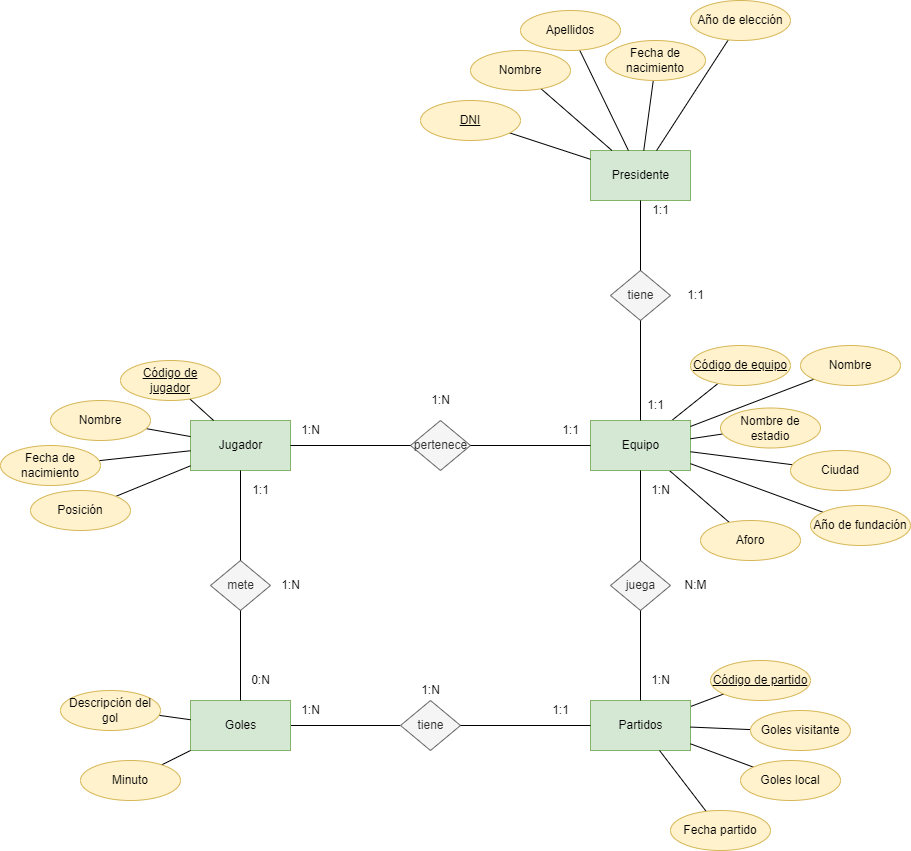
Before: tareas/unidad-3/tarea-4/imágenes/tarea4.drawio.png, a diagram exported from draw.io (ManuelsDAM/base-datos). Source tidied: cells renumbered, new cells last; positions are measured from the earlier drawing's top-left corner, leaving out a move shared by most shapes.
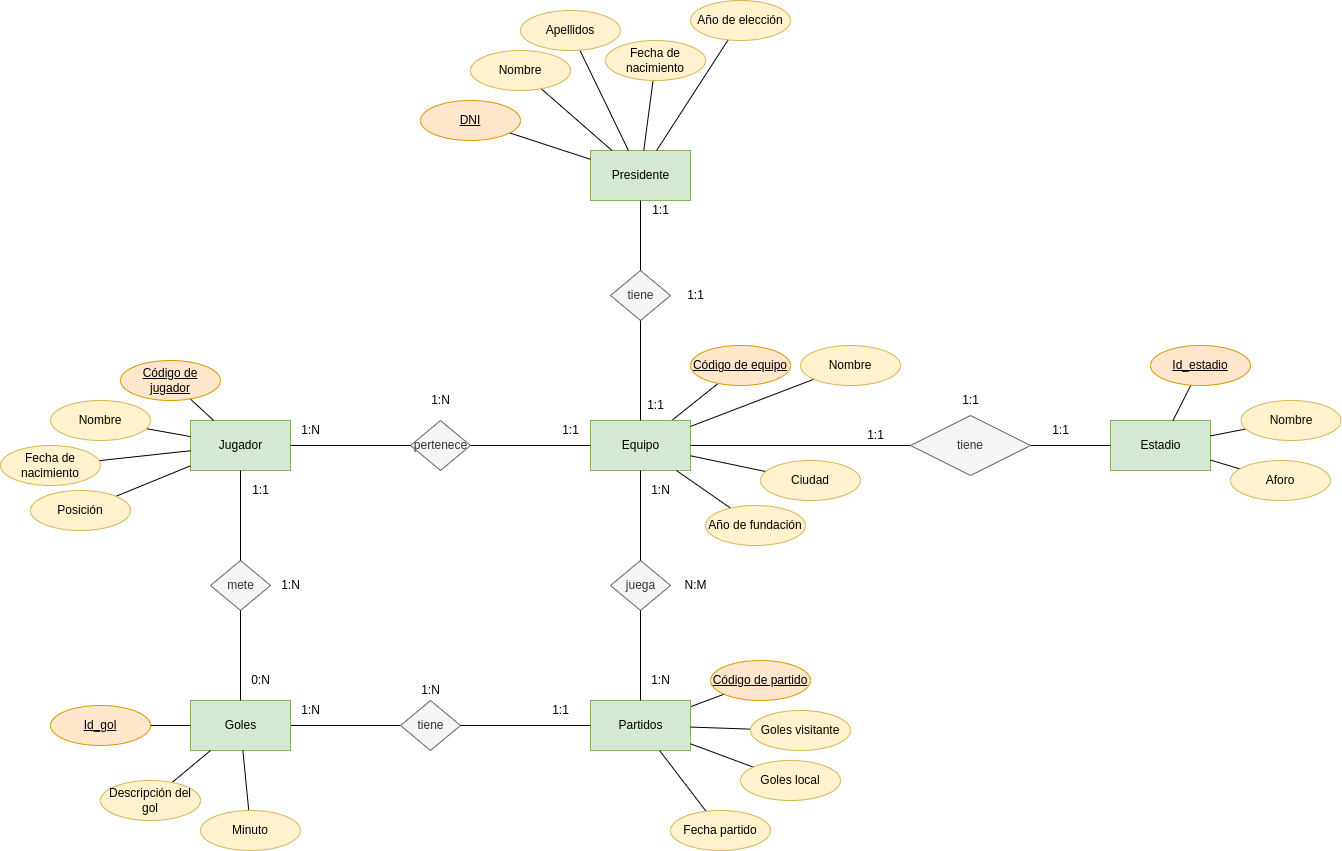
After the commit.

Commit message:
Adaptados los colores de tarea 4

Diff of the diagram source:
```diff
@@ -5,9 +5,6 @@
     <mxCell id="2" style="edgeStyle=none;html=1;endArrow=none;endFill=0;" parent="1" edge="1" source="4" target="22">
       <mxGeometry relative="1" as="geometry" />
     </mxCell>
-    <mxCell id="3" style="edgeStyle=none;html=1;endArrow=none;endFill=0;" parent="1" edge="1" source="4" target="23">
-      <mxGeometry relative="1" as="geometry" />
-    </mxCell>
     <mxCell id="4" value="Equipo" style="html=1;dashed=0;whitespace=wrap;fillColor=#d5e8d4;strokeColor=#82b366;" parent="1" vertex="1">
       <mxGeometry x="590" y="420" width="100" height="50" as="geometry" />
     </mxCell>
@@ -17,7 +14,7 @@
     <mxCell id="6" style="edgeStyle=none;html=1;endArrow=none;endFill=0;" parent="1" edge="1" source="7" target="5">
       <mxGeometry relative="1" as="geometry" />
     </mxCell>
-    <mxCell id="7" value="Código de jugador" style="ellipse;whiteSpace=wrap;html=1;align=center;fontStyle=4;fillColor=#fff2cc;strokeColor=#d6b656;" parent="1" vertex="1">
+    <mxCell id="7" value="Código de jugador" style="ellipse;whiteSpace=wrap;html=1;align=center;fontStyle=4;fillColor=#ffe6cc;strokeColor=#d79b00;" parent="1" vertex="1">
       <mxGeometry x="120" y="360" width="100" height="40" as="geometry" />
     </mxCell>
     <mxCell id="8" style="edgeStyle=none;html=1;endArrow=none;endFill=0;" parent="1" edge="1" source="9" target="5">
@@ -44,30 +41,24 @@
     <mxCell id="15" value="Nombre" style="ellipse;whiteSpace=wrap;html=1;align=center;fillColor=#fff2cc;strokeColor=#d6b656;" parent="1" vertex="1">
       <mxGeometry x="800" y="345" width="100" height="40" as="geometry" />
     </mxCell>
-    <mxCell id="16" style="edgeStyle=none;html=1;endArrow=none;endFill=0;" parent="1" edge="1" source="17" target="4">
+    <mxCell id="16" style="edgeStyle=none;html=1;endArrow=none;endFill=0;" parent="1" edge="1" source="97" target="4">
       <mxGeometry relative="1" as="geometry" />
     </mxCell>
-    <mxCell id="17" value="Nombre de estadio" style="ellipse;whiteSpace=wrap;html=1;align=center;fillColor=#fff2cc;strokeColor=#d6b656;" parent="1" vertex="1">
-      <mxGeometry x="720" y="407.5" width="100" height="40" as="geometry" />
-    </mxCell>
     <mxCell id="18" style="edgeStyle=none;html=1;endArrow=none;endFill=0;" parent="1" edge="1" source="19" target="4">
       <mxGeometry relative="1" as="geometry" />
     </mxCell>
     <mxCell id="19" value="Ciudad" style="ellipse;whiteSpace=wrap;html=1;align=center;fillColor=#fff2cc;strokeColor=#d6b656;" parent="1" vertex="1">
-      <mxGeometry x="790" y="450" width="100" height="40" as="geometry" />
+      <mxGeometry x="760" y="460" width="100" height="40" as="geometry" />
     </mxCell>
     <mxCell id="20" style="edgeStyle=none;html=1;endArrow=none;endFill=0;" parent="1" edge="1" source="21" target="4">
       <mxGeometry relative="1" as="geometry" />
     </mxCell>
     <mxCell id="21" value="Año de fundación" style="ellipse;whiteSpace=wrap;html=1;align=center;fillColor=#fff2cc;strokeColor=#d6b656;" parent="1" vertex="1">
-      <mxGeometry x="810" y="505" width="100" height="40" as="geometry" />
+      <mxGeometry x="705" y="505" width="100" height="40" as="geometry" />
     </mxCell>
-    <mxCell id="22" value="Código de equipo" style="ellipse;whiteSpace=wrap;html=1;align=center;fontStyle=4;fillColor=#fff2cc;strokeColor=#d6b656;" parent="1" vertex="1">
+    <mxCell id="22" value="Código de equipo" style="ellipse;whiteSpace=wrap;html=1;align=center;fontStyle=4;fillColor=#ffe6cc;strokeColor=#d79b00;" parent="1" vertex="1">
       <mxGeometry x="690" y="345" width="100" height="40" as="geometry" />
     </mxCell>
-    <mxCell id="23" value="Aforo" style="ellipse;whiteSpace=wrap;html=1;align=center;fillColor=#fff2cc;strokeColor=#d6b656;" parent="1" vertex="1">
-      <mxGeometry x="700" y="520" width="100" height="40" as="geometry" />
-    </mxCell>
     <mxCell id="24" style="group;" parent="1" vertex="1">
       <mxGeometry x="550" y="415" width="40" height="30" as="geometry" />
     </mxCell>
@@ -101,7 +92,7 @@
     <mxCell id="34" value="Partidos" style="html=1;dashed=0;whitespace=wrap;fillColor=#d5e8d4;strokeColor=#82b366;" parent="1" vertex="1">
       <mxGeometry x="590" y="700" width="100" height="50" as="geometry" />
     </mxCell>
-    <mxCell id="35" value="Código de partido" style="ellipse;whiteSpace=wrap;html=1;align=center;fontStyle=4;fillColor=#fff2cc;strokeColor=#d6b656;" parent="1" vertex="1">
+    <mxCell id="35" value="Código de partido" style="ellipse;whiteSpace=wrap;html=1;align=center;fontStyle=4;fillColor=#ffe6cc;strokeColor=#d79b00;" parent="1" vertex="1">
       <mxGeometry x="710" y="660" width="100" height="40" as="geometry" />
     </mxCell>
     <mxCell id="36" style="edgeStyle=none;html=1;endArrow=none;endFill=0;" parent="1" edge="1" source="37" target="34">
@@ -132,13 +123,13 @@
       <mxGeometry relative="1" as="geometry" />
     </mxCell>
     <mxCell id="45" value="Minuto" style="ellipse;whiteSpace=wrap;html=1;align=center;fillColor=#fff2cc;strokeColor=#d6b656;" parent="1" vertex="1">
-      <mxGeometry x="80" y="760" width="100" height="40" as="geometry" />
+      <mxGeometry x="200" y="810" width="100" height="40" as="geometry" />
     </mxCell>
     <mxCell id="46" style="edgeStyle=none;html=1;endArrow=none;endFill=0;" parent="1" edge="1" source="47" target="43">
       <mxGeometry relative="1" as="geometry" />
     </mxCell>
     <mxCell id="47" value="Descripción del gol" style="ellipse;whiteSpace=wrap;html=1;align=center;fillColor=#fff2cc;strokeColor=#d6b656;" parent="1" vertex="1">
-      <mxGeometry x="60" y="690" width="100" height="40" as="geometry" />
+      <mxGeometry x="100" y="780" width="100" height="40" as="geometry" />
     </mxCell>
     <mxCell id="48" style="group;" parent="1" vertex="1">
       <mxGeometry x="540" y="695" width="40" height="30" as="geometry" />
@@ -254,7 +245,7 @@
     <mxCell id="85" style="edgeStyle=none;html=1;endArrow=none;endFill=0;" parent="1" edge="1" source="86" target="75">
       <mxGeometry relative="1" as="geometry" />
     </mxCell>
-    <mxCell id="86" value="DNI" style="ellipse;whiteSpace=wrap;html=1;align=center;fontStyle=4;fillColor=#fff2cc;strokeColor=#d6b656;" parent="1" vertex="1">
+    <mxCell id="86" value="DNI" style="ellipse;whiteSpace=wrap;html=1;align=center;fontStyle=4;fillColor=#ffe6cc;strokeColor=#d79b00;" parent="1" vertex="1">
       <mxGeometry x="420" y="100" width="100" height="40" as="geometry" />
     </mxCell>
     <mxCell id="87" style="edgeStyle=none;html=1;endArrow=none;endFill=0;" parent="1" edge="1" source="88" target="75">
@@ -281,5 +272,47 @@
     <mxCell id="94" value="Año de elección" style="ellipse;whiteSpace=wrap;html=1;align=center;fillColor=#fff2cc;strokeColor=#d6b656;" parent="1" vertex="1">
       <mxGeometry x="690" width="100" height="40" as="geometry" />
     </mxCell>
+    <mxCell id="95" value="Estadio" style="html=1;dashed=0;whitespace=wrap;fillColor=#d5e8d4;strokeColor=#82b366;" parent="1" vertex="1">
+      <mxGeometry x="1110" y="420" width="100" height="50" as="geometry" />
+    </mxCell>
+    <mxCell id="96" style="edgeStyle=none;html=1;exitX=1;exitY=0.5;exitDx=0;exitDy=0;endArrow=none;endFill=0;" parent="1" edge="1" source="97" target="95">
+      <mxGeometry relative="1" as="geometry" />
+    </mxCell>
+    <mxCell id="97" value="tiene" style="shape=rhombus;perimeter=rhombusPerimeter;whiteSpace=wrap;html=1;align=center;fillColor=#f5f5f5;fontColor=#333333;strokeColor=#666666;" parent="1" vertex="1">
+      <mxGeometry x="910" y="415" width="120" height="60" as="geometry" />
+    </mxCell>
+    <mxCell id="98" style="edgeStyle=none;html=1;endArrow=none;endFill=0;" parent="1" edge="1" source="99" target="95">
+      <mxGeometry relative="1" as="geometry" />
+    </mxCell>
+    <mxCell id="99" value="Id_estadio" style="ellipse;whiteSpace=wrap;html=1;align=center;fontStyle=4;fillColor=#ffe6cc;strokeColor=#d79b00;" parent="1" vertex="1">
+      <mxGeometry x="1150" y="345" width="100" height="40" as="geometry" />
+    </mxCell>
+    <mxCell id="100" style="edgeStyle=none;html=1;endArrow=none;endFill=0;" parent="1" edge="1" source="101" target="95">
+      <mxGeometry relative="1" as="geometry" />
+    </mxCell>
+    <mxCell id="101" value="Nombre" style="ellipse;whiteSpace=wrap;html=1;align=center;fillColor=#fff2cc;strokeColor=#d6b656;" parent="1" vertex="1">
+      <mxGeometry x="1240.5" y="400" width="100" height="40" as="geometry" />
+    </mxCell>
+    <mxCell id="102" style="edgeStyle=none;html=1;endArrow=none;endFill=0;" parent="1" edge="1" source="23" target="95">
+      <mxGeometry relative="1" as="geometry" />
+    </mxCell>
+    <mxCell id="23" value="Aforo" style="ellipse;whiteSpace=wrap;html=1;align=center;fillColor=#fff2cc;strokeColor=#d6b656;" parent="1" vertex="1">
+      <mxGeometry x="1230" y="460" width="100" height="40" as="geometry" />
+    </mxCell>
+    <mxCell id="103" style="edgeStyle=none;html=1;endArrow=none;endFill=0;" parent="1" edge="1" source="104" target="43">
+      <mxGeometry relative="1" as="geometry" />
+    </mxCell>
+    <mxCell id="104" value="Id_gol" style="ellipse;whiteSpace=wrap;html=1;align=center;fontStyle=4;fillColor=#ffe6cc;strokeColor=#d79b00;" parent="1" vertex="1">
+      <mxGeometry x="50" y="705" width="100" height="40" as="geometry" />
+    </mxCell>
+    <mxCell id="105" value="1:1" style="text;html=1;align=center;verticalAlign=middle;strokeColor=none;fillColor=none;" parent="1" vertex="1">
+      <mxGeometry x="855" y="420" width="40" height="30" as="geometry" />
+    </mxCell>
+    <mxCell id="106" value="1:1" style="text;html=1;align=center;verticalAlign=middle;strokeColor=none;fillColor=none;" parent="1" vertex="1">
+      <mxGeometry x="1040" y="415" width="40" height="30" as="geometry" />
+    </mxCell>
+    <mxCell id="107" value="1:1" style="text;html=1;align=center;verticalAlign=middle;strokeColor=none;fillColor=none;" parent="1" vertex="1">
+      <mxGeometry x="950" y="385" width="40" height="30" as="geometry" />
+    </mxCell>
   </root>
 </mxGraphModel>
```
